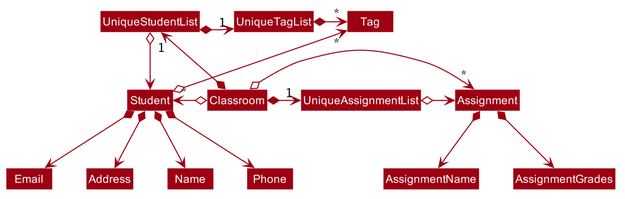
Earlier version of the PlantUML export images/BetterModelClassDiagram.png (AY1920S1-CS2103-T14-1/main).
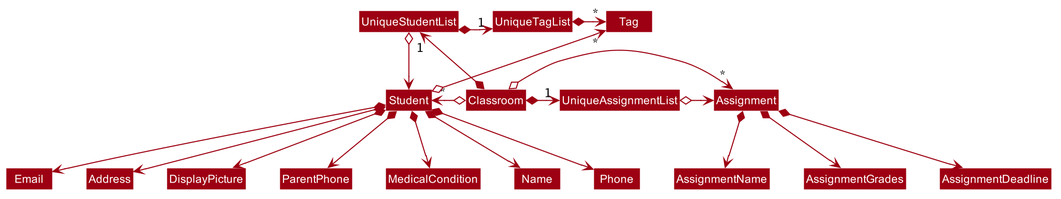
After the change.

The edit, as a diff of the source:
```diff
@@ -69,7 +69,11 @@
 Student *--> Phone
 Student *--> Email
 Student *--> Address
+Student *--> DisplayPicture
+Student *--> ParentPhone
+Student *--> MedicalCondition
 
 Assignment *--> AssignmentName
 Assignment *--> AssignmentGrades
+Assignment *--> AssignmentDeadline
 @enduml
```
